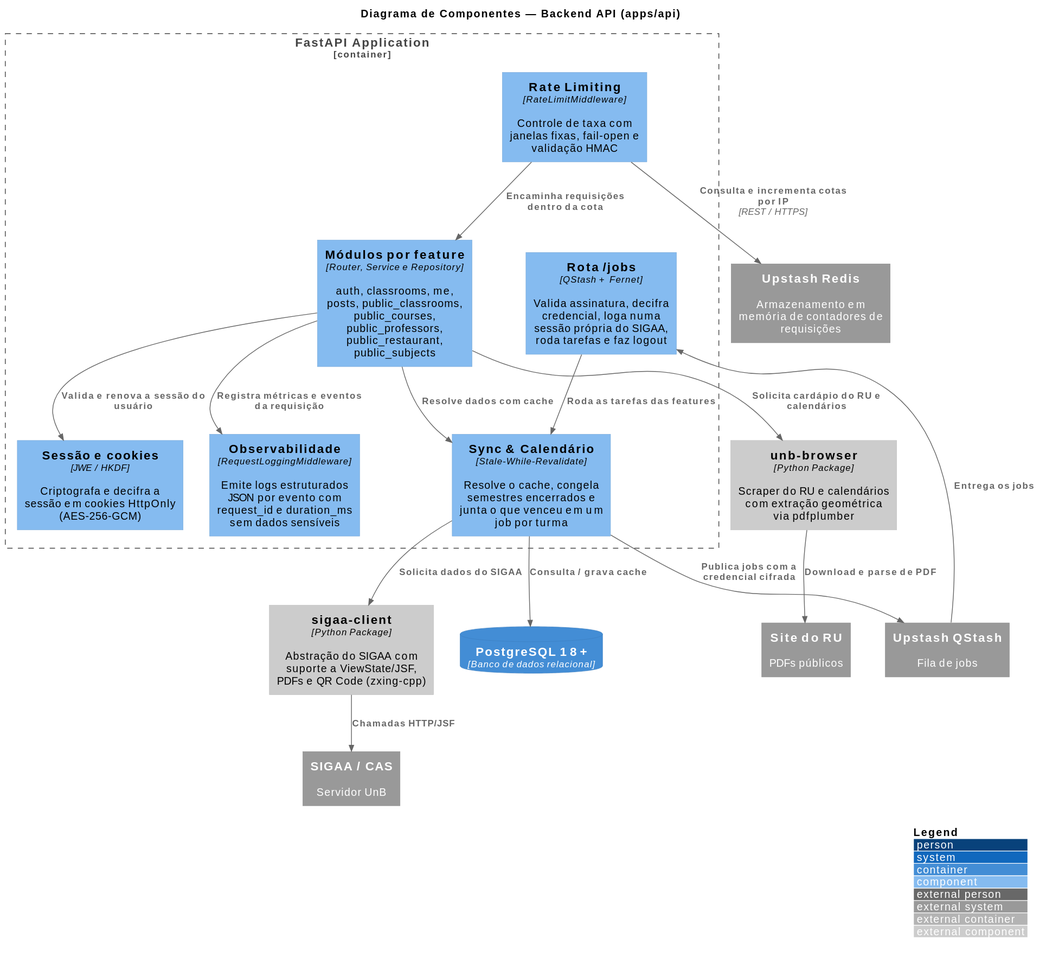
This is docs/assets/components_backend.svg from unb-mds/2026-2-Followw, a PlantUML export, as it was before one commit. Its source is kept beside it as docs/diagrams/components_backend.puml. Source of this version:
```plantuml
@startuml components_backend
!include https://raw.githubusercontent.com/plantuml-stdlib/C4-PlantUML/master/C4_Component.puml

LAYOUT_WITH_LEGEND()

title Diagrama de Componentes — Backend API (apps/api)

Container_Boundary(api_boundary, "FastAPI Application") {
    Component(ratelimit, "Rate Limiting", "RateLimitMiddleware", "Controle de taxa com janelas fixas, fail-open e validação HMAC")
    Component(modules, "Módulos por feature", "Router, Service e Repository", "auth, classrooms, me, posts, public_classrooms, public_courses, public_professors, public_restaurant, public_subjects")
    Component(session, "Sessão e cookies", "JWE / HKDF", "Criptografa e decifra a sessão em cookies HttpOnly (AES-256-GCM)")
    Component(sync, "Sync & Calendário", "Stale-While-Revalidate", "Resolve o cache, congela semestres encerrados e junta o que venceu em um job por turma")
    Component(jobs, "Rota /jobs", "QStash + Fernet", "Valida assinatura, decifra credencial, loga numa sessão própria do SIGAA, roda tarefas e faz logout")
    Component(logger, "Observabilidade", "RequestLoggingMiddleware", "Emite logs estruturados JSON por evento com request_id e duration_ms sem dados sensíveis")
}

Component_Ext(sigaa_client, "sigaa-client", "Python Package", "Abstração do SIGAA com suporte a ViewState/JSF, PDFs e QR Code (zxing-cpp)")
Component_Ext(unb_browser, "unb-browser", "Python Package", "Scraper do RU e calendários com extração geométrica via pdfplumber")

ContainerDb(db, "PostgreSQL 18+", "Banco de dados relacional")
System_Ext(redis, "Upstash Redis", "Armazenamento em memória de contadores de requisições")
System_Ext(qstash, "Upstash QStash", "Fila de jobs")
System_Ext(sigaa, "SIGAA / CAS", "Servidor UnB")
System_Ext(ru_site, "Site do RU", "PDFs públicos")

Rel(ratelimit, redis, "Consulta e incrementa cotas por IP", "REST / HTTPS")
Rel(ratelimit, modules, "Encaminha requisições dentro da cota")
Rel(modules, session, "Valida e renova a sessão do usuário")
Rel(modules, sync, "Resolve dados com cache")
Rel(modules, logger, "Registra métricas e eventos da requisição")
Rel(sync, db, "Consulta / grava cache")
Rel(sync, qstash, "Publica jobs com a credencial cifrada")
Rel(qstash, jobs, "Entrega os jobs")
Rel(jobs, sync, "Roda as tarefas das features")
Rel(sync, sigaa_client, "Solicita dados do SIGAA")
Rel(modules, unb_browser, "Solicita cardápio do RU e calendários")
Rel(sigaa_client, sigaa, "Chamadas HTTP/JSF")
Rel(unb_browser, ru_site, "Download e parse de PDF")

@enduml
```
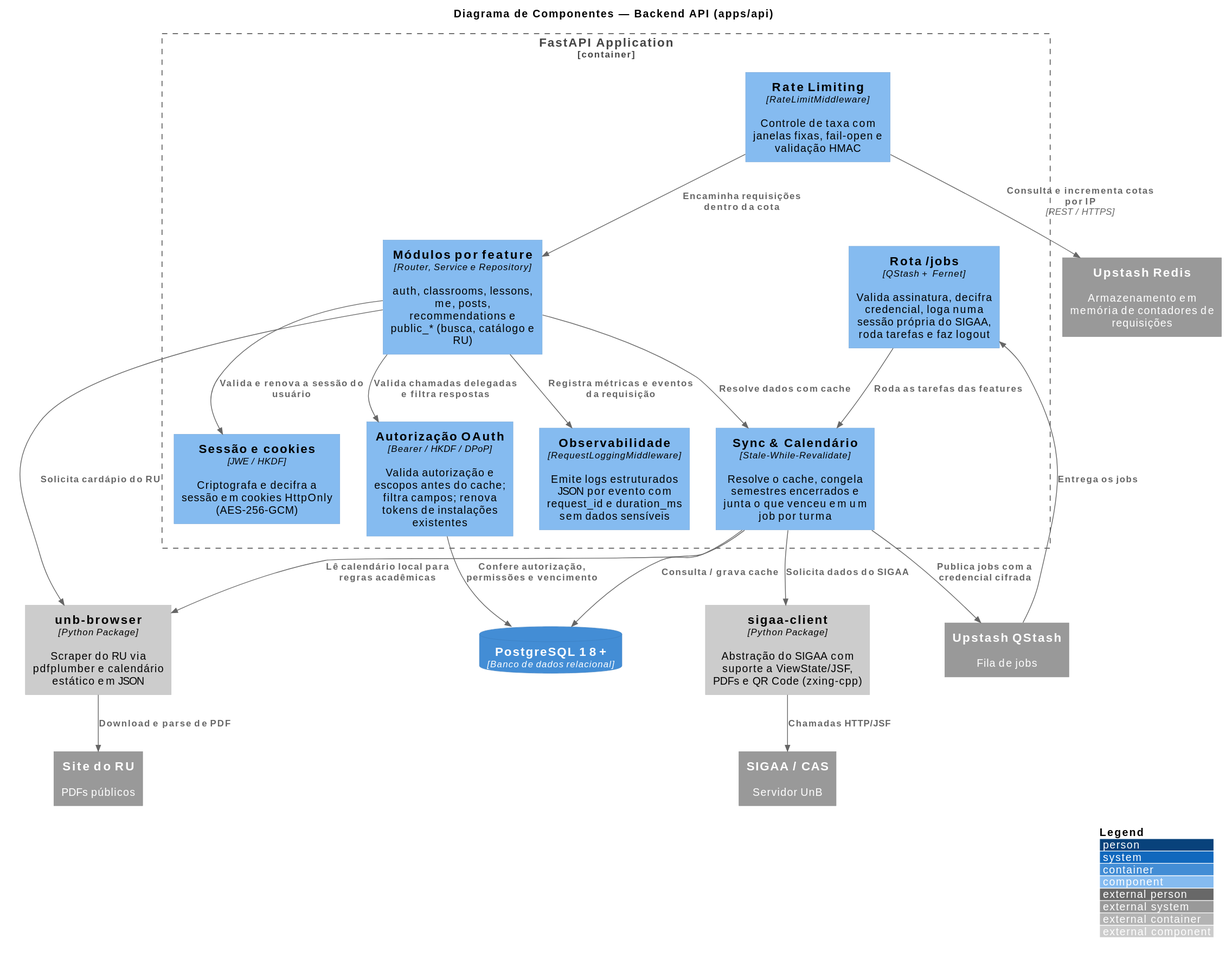
Later version of the same file.

What changed in the source:
```diff
@@ -7,7 +7,8 @@
 
 Container_Boundary(api_boundary, "FastAPI Application") {
     Component(ratelimit, "Rate Limiting", "RateLimitMiddleware", "Controle de taxa com janelas fixas, fail-open e validação HMAC")
-    Component(modules, "Módulos por feature", "Router, Service e Repository", "auth, classrooms, me, posts, public_classrooms, public_courses, public_professors, public_restaurant, public_subjects")
+    Component(modules, "Módulos por feature", "Router, Service e Repository", "auth, classrooms, lessons, me, posts, recommendations e public_* (busca, catálogo e RU)")
+    Component(oauth, "Autorização OAuth", "Bearer / HKDF / DPoP", "Valida autorização e escopos antes do cache; filtra campos; renova tokens de instalações existentes")
     Component(session, "Sessão e cookies", "JWE / HKDF", "Criptografa e decifra a sessão em cookies HttpOnly (AES-256-GCM)")
     Component(sync, "Sync & Calendário", "Stale-While-Revalidate", "Resolve o cache, congela semestres encerrados e junta o que venceu em um job por turma")
     Component(jobs, "Rota /jobs", "QStash + Fernet", "Valida assinatura, decifra credencial, loga numa sessão própria do SIGAA, roda tarefas e faz logout")
@@ -15,7 +16,7 @@
 }
 
 Component_Ext(sigaa_client, "sigaa-client", "Python Package", "Abstração do SIGAA com suporte a ViewState/JSF, PDFs e QR Code (zxing-cpp)")
-Component_Ext(unb_browser, "unb-browser", "Python Package", "Scraper do RU e calendários com extração geométrica via pdfplumber")
+Component_Ext(unb_browser, "unb-browser", "Python Package", "Scraper do RU via pdfplumber e calendário estático em JSON")
 
 ContainerDb(db, "PostgreSQL 18+", "Banco de dados relacional")
 System_Ext(redis, "Upstash Redis", "Armazenamento em memória de contadores de requisições")
@@ -26,6 +27,8 @@
 Rel(ratelimit, redis, "Consulta e incrementa cotas por IP", "REST / HTTPS")
 Rel(ratelimit, modules, "Encaminha requisições dentro da cota")
 Rel(modules, session, "Valida e renova a sessão do usuário")
+Rel(modules, oauth, "Valida chamadas delegadas e filtra respostas")
+Rel(oauth, db, "Confere autorização, permissões e vencimento")
 Rel(modules, sync, "Resolve dados com cache")
 Rel(modules, logger, "Registra métricas e eventos da requisição")
 Rel(sync, db, "Consulta / grava cache")
@@ -33,7 +36,8 @@
 Rel(qstash, jobs, "Entrega os jobs")
 Rel(jobs, sync, "Roda as tarefas das features")
 Rel(sync, sigaa_client, "Solicita dados do SIGAA")
-Rel(modules, unb_browser, "Solicita cardápio do RU e calendários")
+Rel(modules, unb_browser, "Solicita cardápio do RU")
+Rel(sync, unb_browser, "Lê calendário local para regras acadêmicas")
 Rel(sigaa_client, sigaa, "Chamadas HTTP/JSF")
 Rel(unb_browser, ru_site, "Download e parse de PDF")
 
```
